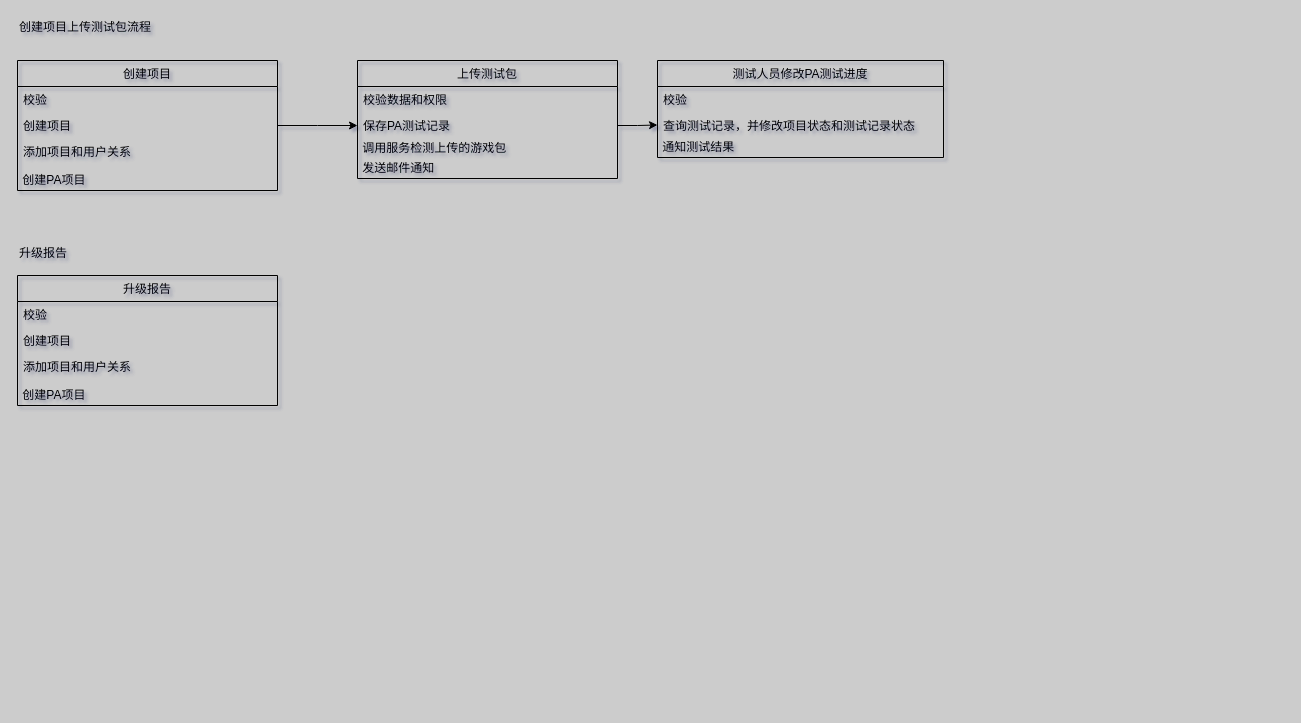
This is Untitled Diagram.drawio from concurrentWang/SpringBoot-Labs, a draw.io file, before an edit. Source tidied: cells renumbered, new cells numbered last; positions are measured from the earlier drawing's top-left corner, leaving out a move shared by most shapes. Both pictures are drawn from the tidied source at 100%, with x=0, y=0 at pixel (17, 17).
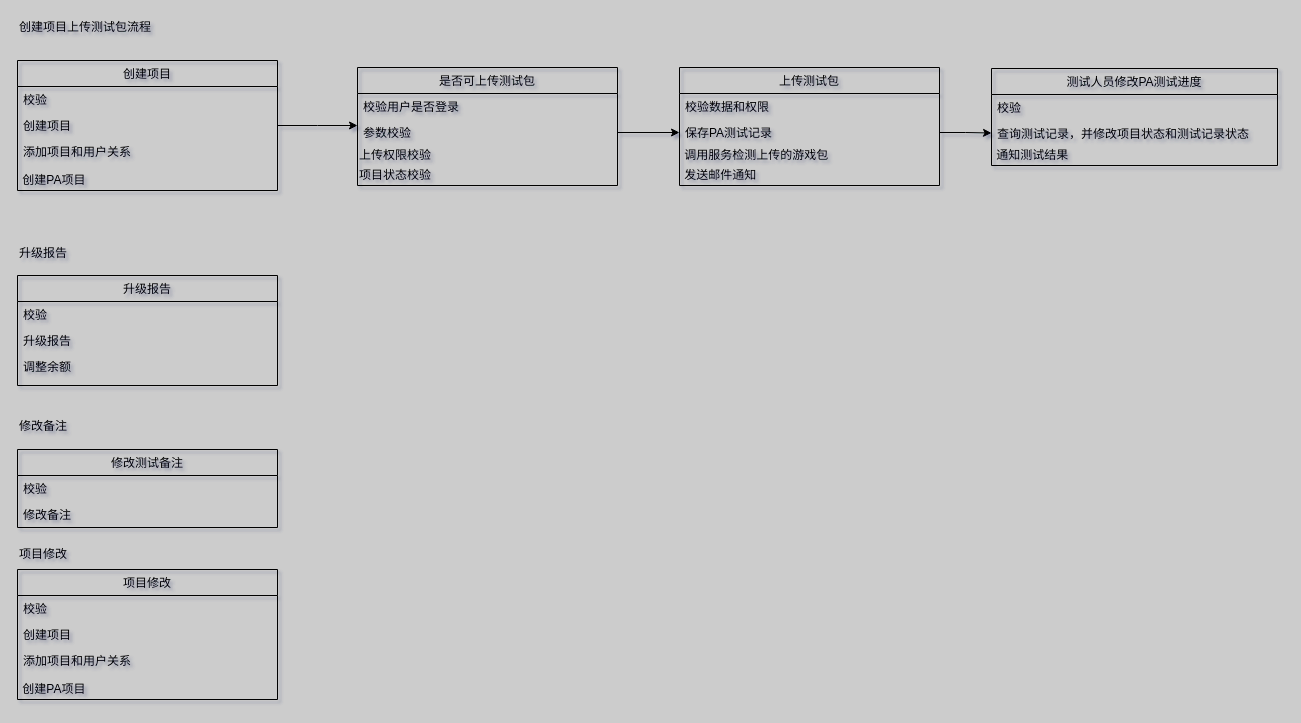
After the change.

Unchanged cells that the change refers to:
```xml
<mxCell id="10" value="保存PA测试记录" style="text;strokeColor=none;fillColor=none;align=left;verticalAlign=top;spacingLeft=4;spacingRight=4;overflow=hidden;points=[[0,0.5],[1,0.5]];portConstraint=eastwest;" parent="8" vertex="1">
  <mxGeometry y="52" width="260" height="26" as="geometry" />
</mxCell>
```

Diff of the diagram source:
```diff
@@
     <mxCell id="8" value="上传测试包" style="swimlane;fontStyle=0;horizontal=1;startSize=26;fillColor=none;" parent="1" vertex="1">
-      <mxGeometry x="340" y="43" width="260" height="118" as="geometry" />
+      <mxGeometry x="662" y="50" width="260" height="118" as="geometry" />
     </mxCell>
@@
     <mxCell id="13" value="测试人员修改PA测试进度" style="swimlane;fontStyle=0;horizontal=1;startSize=26;fillColor=none;" parent="1" vertex="1">
-      <mxGeometry x="640" y="43" width="286" height="97" as="geometry" />
+      <mxGeometry x="974" y="51" width="286" height="97" as="geometry" />
     </mxCell>
@@
     <mxCell id="20" value="升级报告" style="swimlane;fontStyle=0;horizontal=1;startSize=26;fillColor=none;" parent="1" vertex="1">
-      <mxGeometry y="258" width="260" height="130" as="geometry" />
+      <mxGeometry y="258" width="260" height="110" as="geometry" />
     </mxCell>
@@
-    <mxCell id="22" value="创建项目" style="text;strokeColor=none;fillColor=none;align=left;verticalAlign=top;spacingLeft=4;spacingRight=4;overflow=hidden;" parent="20" vertex="1">
+    <mxCell id="22" value="升级报告" style="text;strokeColor=none;fillColor=none;align=left;verticalAlign=top;spacingLeft=4;spacingRight=4;overflow=hidden;" parent="20" vertex="1">
       <mxGeometry y="52" width="260" height="26" as="geometry" />
     </mxCell>
-    <mxCell id="23" value="添加项目和用户关系&#10;" style="text;strokeColor=none;fillColor=none;align=left;verticalAlign=top;spacingLeft=4;spacingRight=4;overflow=hidden;" parent="20" vertex="1">
+    <mxCell id="23" value="调整余额" style="text;strokeColor=none;fillColor=none;align=left;verticalAlign=top;spacingLeft=4;spacingRight=4;overflow=hidden;" parent="20" vertex="1">
       <mxGeometry y="78" width="260" height="32" as="geometry" />
     </mxCell>
+    <mxCell id="25" value="修改备注" style="text;html=1;strokeColor=none;fillColor=none;align=left;verticalAlign=middle;whiteSpace=wrap;rounded=0;" parent="1" vertex="1">
+      <mxGeometry y="401" width="96" height="16" as="geometry" />
+    </mxCell>
+    <mxCell id="26" value="修改测试备注" style="swimlane;fontStyle=0;horizontal=1;startSize=26;fillColor=none;" parent="1" vertex="1">
+      <mxGeometry y="432" width="260" height="78" as="geometry" />
+    </mxCell>
+    <mxCell id="27" value="校验" style="text;strokeColor=none;fillColor=none;align=left;verticalAlign=top;spacingLeft=4;spacingRight=4;overflow=hidden;" parent="26" vertex="1">
+      <mxGeometry y="26" width="260" height="26" as="geometry" />
+    </mxCell>
+    <mxCell id="28" value="修改备注" style="text;strokeColor=none;fillColor=none;align=left;verticalAlign=top;spacingLeft=4;spacingRight=4;overflow=hidden;" parent="26" vertex="1">
+      <mxGeometry y="52" width="260" height="26" as="geometry" />
+    </mxCell>
+    <mxCell id="29" value="是否可上传测试包" style="swimlane;fontStyle=0;horizontal=1;startSize=26;fillColor=none;" parent="1" vertex="1">
+      <mxGeometry x="340" y="50" width="260" height="118" as="geometry" />
+    </mxCell>
+    <mxCell id="30" value="校验用户是否登录" style="text;strokeColor=none;fillColor=none;align=left;verticalAlign=top;spacingLeft=4;spacingRight=4;overflow=hidden;" parent="29" vertex="1">
+      <mxGeometry y="26" width="260" height="26" as="geometry" />
+    </mxCell>
+    <mxCell id="31" value="参数校验" style="text;strokeColor=none;fillColor=none;align=left;verticalAlign=top;spacingLeft=4;spacingRight=4;overflow=hidden;points=[[0,0.5],[1,0.5]];portConstraint=eastwest;" parent="29" vertex="1">
+      <mxGeometry y="52" width="260" height="26" as="geometry" />
+    </mxCell>
+    <mxCell id="32" value="上传权限校验" style="text;html=1;strokeColor=none;fillColor=none;align=left;verticalAlign=middle;whiteSpace=wrap;rounded=0;" parent="29" vertex="1">
+      <mxGeometry y="78" width="260" height="20" as="geometry" />
+    </mxCell>
+    <mxCell id="33" value="项目状态校验" style="text;html=1;strokeColor=none;fillColor=none;align=left;verticalAlign=middle;whiteSpace=wrap;rounded=0;" parent="29" vertex="1">
+      <mxGeometry y="98" width="260" height="20" as="geometry" />
+    </mxCell>
+    <mxCell id="34" style="edgeStyle=orthogonalEdgeStyle;rounded=0;jettySize=auto;html=1;exitX=1;exitY=0.5;exitDx=0;exitDy=0;entryX=0;entryY=0.5;entryDx=0;entryDy=0;" parent="1" edge="1" source="31" target="10">
+      <mxGeometry relative="1" as="geometry" />
+    </mxCell>
+    <mxCell id="35" value="项目修改" style="swimlane;fontStyle=0;horizontal=1;startSize=26;fillColor=none;" parent="1" vertex="1">
+      <mxGeometry y="552" width="260" height="130" as="geometry" />
+    </mxCell>
+    <mxCell id="36" value="校验" style="text;strokeColor=none;fillColor=none;align=left;verticalAlign=top;spacingLeft=4;spacingRight=4;overflow=hidden;" parent="35" vertex="1">
+      <mxGeometry y="26" width="260" height="26" as="geometry" />
+    </mxCell>
+    <mxCell id="37" value="创建项目" style="text;strokeColor=none;fillColor=none;align=left;verticalAlign=top;spacingLeft=4;spacingRight=4;overflow=hidden;" parent="35" vertex="1">
+      <mxGeometry y="52" width="260" height="26" as="geometry" />
+    </mxCell>
+    <mxCell id="38" value="添加项目和用户关系&#10;" style="text;strokeColor=none;fillColor=none;align=left;verticalAlign=top;spacingLeft=4;spacingRight=4;overflow=hidden;" parent="35" vertex="1">
+      <mxGeometry y="78" width="260" height="32" as="geometry" />
+    </mxCell>
-    <mxCell id="24" value="&lt;span&gt;&amp;nbsp;创建PA项目&lt;/span&gt;" style="text;html=1;strokeColor=none;fillColor=none;align=left;verticalAlign=middle;whiteSpace=wrap;rounded=0;" parent="20" vertex="1">
+    <mxCell id="24" value="&lt;span&gt;&amp;nbsp;创建PA项目&lt;/span&gt;" style="text;html=1;strokeColor=none;fillColor=none;align=left;verticalAlign=middle;whiteSpace=wrap;rounded=0;" parent="35" vertex="1">
       <mxGeometry y="110" width="260" height="20" as="geometry" />
     </mxCell>
+    <mxCell id="39" value="项目修改" style="text;html=1;strokeColor=none;fillColor=none;align=left;verticalAlign=middle;whiteSpace=wrap;rounded=0;" parent="1" vertex="1">
+      <mxGeometry y="524" width="106" height="25" as="geometry" />
+    </mxCell>
```
